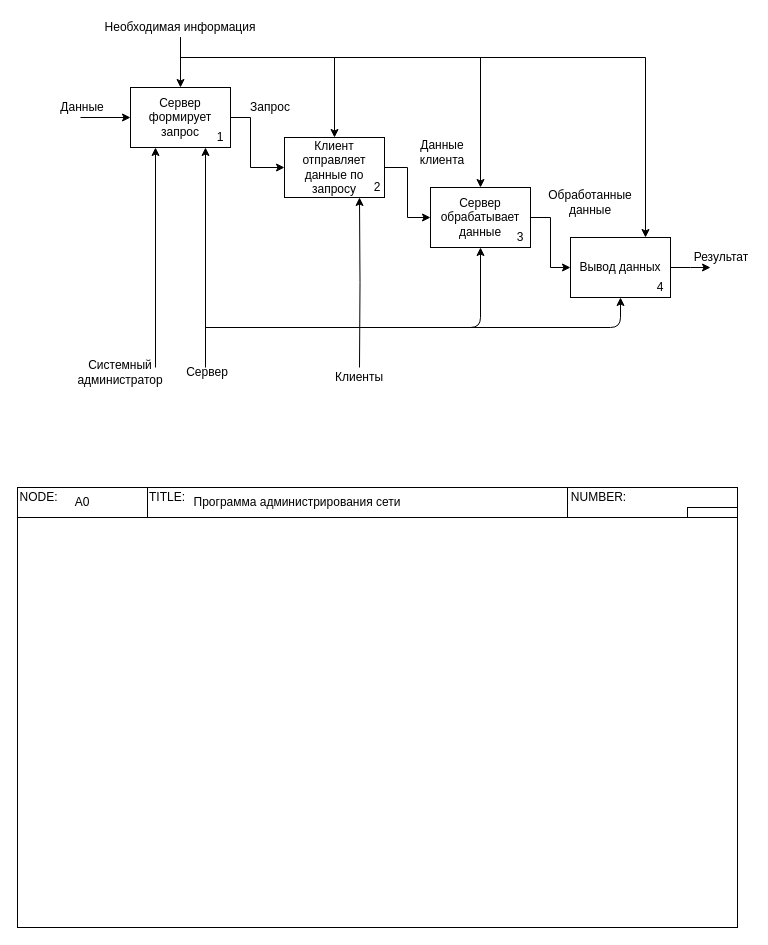
Before: Декомпозиция контекстной диаграммы.drawio in OhotnikovV/AvIS, a draw.io diagram. Source tidied: cells renumbered, new cells numbered last; positions are measured from the earlier drawing's top-left corner, leaving out a move shared by most shapes. Both pictures are drawn from the tidied source at 100%, with x=0, y=0 at pixel (17, 17).
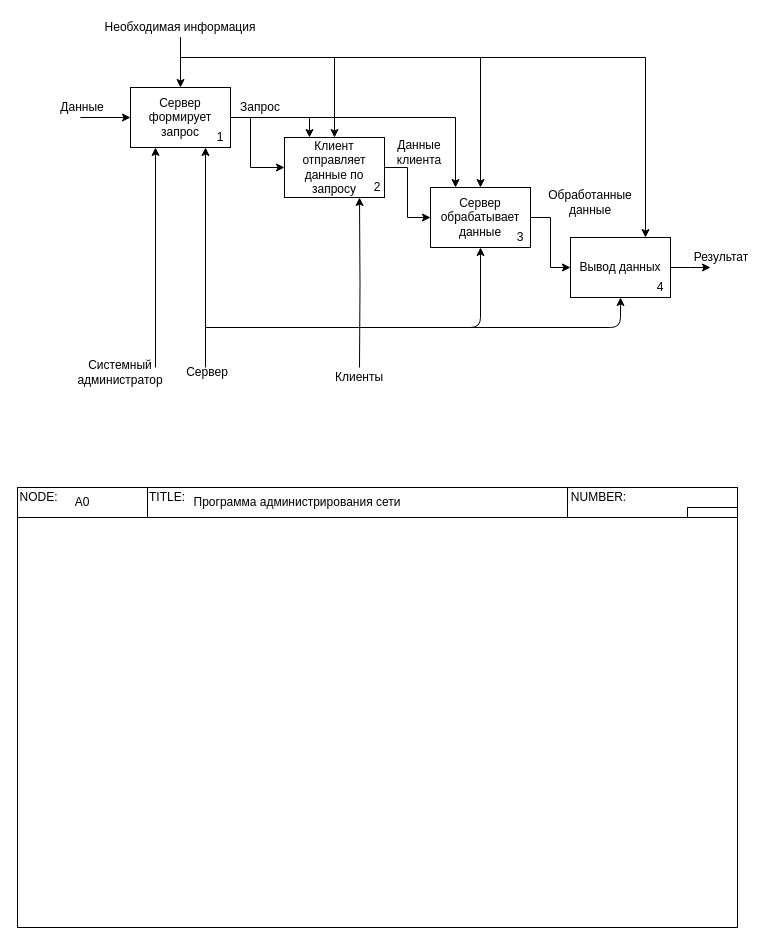
Above is the later version.

Commit message:
Добавлены правила

The change refers to these unchanged cells:
```xml
<mxCell id="3" value="Сервер формирует запрос" style="rounded=0;whiteSpace=wrap;html=1;" parent="1" vertex="1">
  <mxGeometry x="113" y="70" width="100" height="60" as="geometry" />
</mxCell>
<mxCell id="6" value="Сервер обрабатывает данные" style="rounded=0;whiteSpace=wrap;html=1;" parent="1" vertex="1">
  <mxGeometry x="413" y="170" width="100" height="60" as="geometry" />
</mxCell>
<mxCell id="11" value="Клиент отправляет данные по запросу" style="rounded=0;whiteSpace=wrap;html=1;" parent="1" vertex="1">
  <mxGeometry x="267" y="120" width="100" height="60" as="geometry" />
</mxCell>
```

Diff of the diagram source:
```diff
@@
+    <mxCell id="43" style="edgeStyle=orthogonalEdgeStyle;rounded=0;jettySize=auto;html=1;exitX=1;exitY=0.5;exitDx=0;exitDy=0;entryX=0.25;entryY=0;entryDx=0;entryDy=0;endSize=6;" parent="1" edge="1" source="3" target="11">
+      <mxGeometry relative="1" as="geometry" />
+    </mxCell>
+    <mxCell id="44" style="edgeStyle=orthogonalEdgeStyle;rounded=0;jettySize=auto;html=1;exitX=1;exitY=0.5;exitDx=0;exitDy=0;entryX=0.25;entryY=0;entryDx=0;entryDy=0;endSize=6;" parent="1" edge="1" source="3" target="6">
+      <mxGeometry relative="1" as="geometry" />
+    </mxCell>
@@
     <mxCell id="13" value="Данные клиента" style="text;html=1;strokeColor=none;fillColor=none;align=center;verticalAlign=middle;whiteSpace=wrap;rounded=0;" parent="1" vertex="1">
-      <mxGeometry x="390" y="120" width="70" height="30" as="geometry" />
+      <mxGeometry x="367" y="120" width="70" height="30" as="geometry" />
     </mxCell>
@@
     <mxCell id="37" value="Запрос" style="text;html=1;strokeColor=none;fillColor=none;align=center;verticalAlign=middle;whiteSpace=wrap;rounded=0;" parent="1" vertex="1">
-      <mxGeometry x="233" y="80" width="40" height="20" as="geometry" />
+      <mxGeometry x="223" y="80" width="40" height="20" as="geometry" />
     </mxCell>
```
